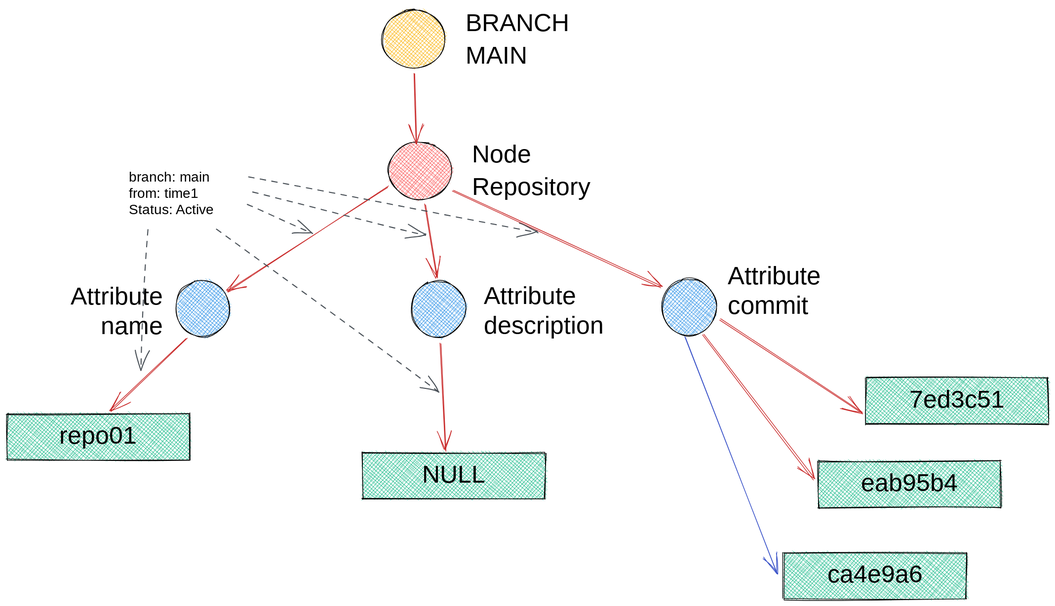
Above: docs/media/temporal_graph.excalidraw.svg in opsmill/infrahub (Excalidraw), before the change. Source tidied: one line per element, renumbered; positions are measured from the earlier drawing's top-left corner, leaving out a move shared by most shapes.
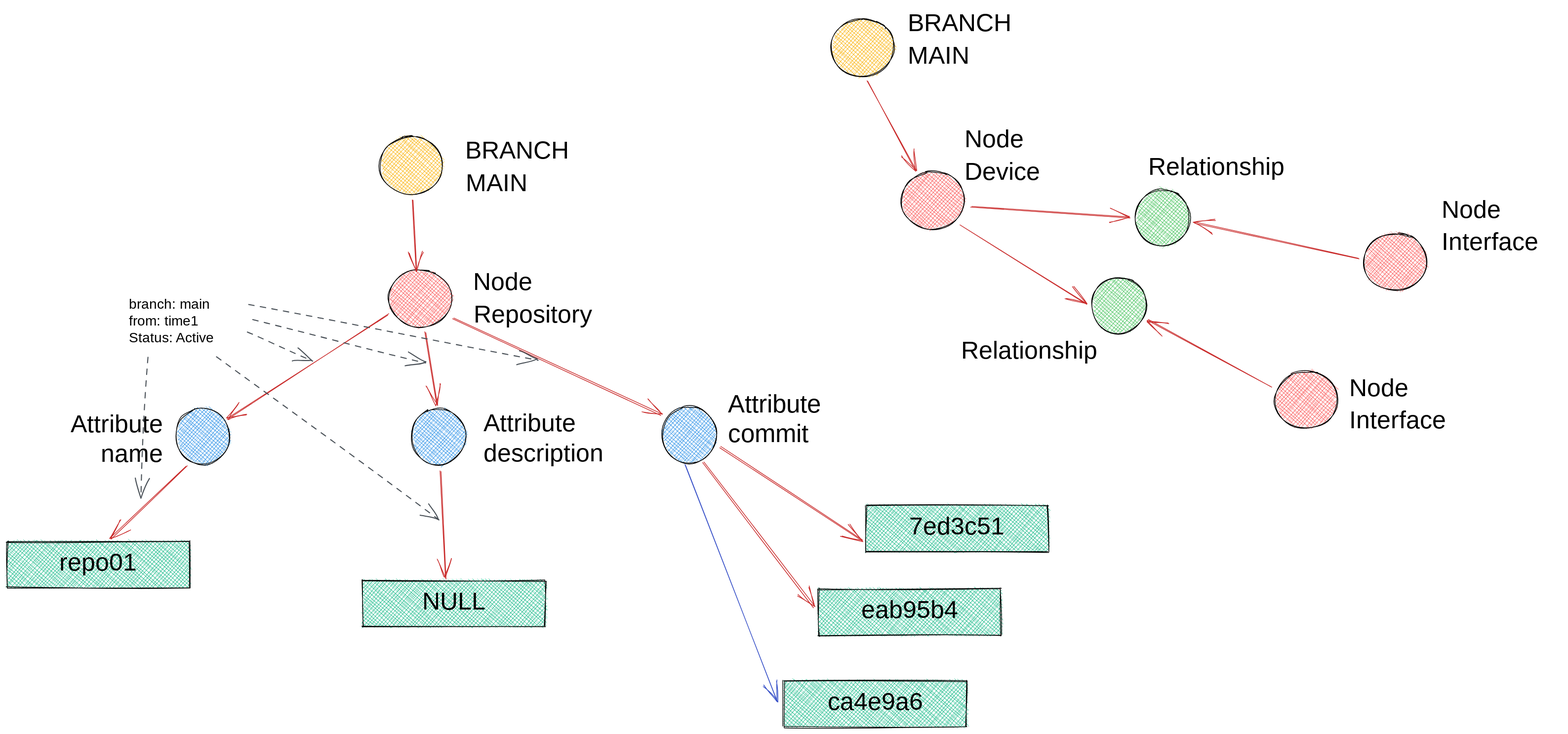
Later version of the same file.

Commit message:
Save temporal graph diagram

The edit, as a diff of the source:
```diff
@@ -1,15 +1,15 @@
-{"id": 0, "type": "ellipse", "strokeColor": "#000000", "backgroundColor": "#fa5252", "fillStyle": "cross-hatch", "strokeWidth": 1, "roughness": 1, "round": true, "x": 552, "y": 195, "width": 91, "height": 84}
+{"id": 0, "type": "ellipse", "strokeColor": "#000000", "backgroundColor": "#fa5252", "fillStyle": "cross-hatch", "strokeWidth": 1, "roughness": 1, "round": true, "x": 552, "y": 196, "width": 91, "height": 84}
 {"id": 1, "type": "ellipse", "strokeColor": "#000000", "backgroundColor": "#228be6", "fillStyle": "cross-hatch", "strokeWidth": 1, "roughness": 1, "round": true, "x": 244, "y": 396, "width": 79, "height": 82}
-{"id": 2, "type": "text", "text": "Node", "strokeColor": "#000000", "backgroundColor": "#228be6", "fillStyle": "cross-hatch", "strokeWidth": 1, "roughness": 1, "fontSize": 36, "fontFamily": 3, "x": 673, "y": 190, "width": 86, "height": 43}
+{"id": 2, "type": "text", "text": "Node", "strokeColor": "#000000", "backgroundColor": "#228be6", "fillStyle": "cross-hatch", "strokeWidth": 1, "roughness": 1, "fontSize": 36, "fontFamily": 3, "x": 675, "y": 190, "width": 86, "height": 43}
 {"id": 3, "type": "text", "text": "Attribute\nname", "strokeColor": "#000000", "backgroundColor": "#228be6", "fillStyle": "cross-hatch", "strokeWidth": 1, "roughness": 1, "fontSize": 36, "fontFamily": 3, "textAlign": "right", "x": 35, "y": 395, "width": 191, "height": 86}
-{"id": 4, "type": "text", "text": "Repository", "strokeColor": "#000000", "backgroundColor": "#228be6", "fillStyle": "cross-hatch", "strokeWidth": 1, "roughness": 1, "fontSize": 36, "fontFamily": 1, "x": 673, "y": 240, "width": 184, "height": 45}
+{"id": 4, "type": "text", "text": "Repository", "strokeColor": "#000000", "backgroundColor": "#228be6", "fillStyle": "cross-hatch", "strokeWidth": 1, "roughness": 1, "fontSize": 36, "fontFamily": 1, "x": 675, "y": 240, "width": 184, "height": 45}
 {"id": 5, "type": "ellipse", "strokeColor": "#000000", "backgroundColor": "#228be6", "fillStyle": "cross-hatch", "strokeWidth": 1, "roughness": 1, "round": true, "x": 585, "y": 396, "width": 79, "height": 82}
 {"id": 6, "type": "text", "text": "Attribute\ndescription", "strokeColor": "#000000", "backgroundColor": "#228be6", "fillStyle": "cross-hatch", "strokeWidth": 1, "roughness": 1, "fontSize": 36, "fontFamily": 3, "x": 690, "y": 395, "width": 234, "height": 86}
 {"id": 7, "type": "ellipse", "strokeColor": "#000000", "backgroundColor": "#228be6", "fillStyle": "cross-hatch", "strokeWidth": 1, "roughness": 1, "round": true, "x": 948, "y": 394, "width": 79, "height": 82}
-{"id": 8, "type": "text", "text": "Attribute\ncommit", "strokeColor": "#000000", "backgroundColor": "#228be6", "fillStyle": "cross-hatch", "strokeWidth": 1, "roughness": 1, "fontSize": 36.1, "fontFamily": 3, "x": 1043, "y": 367, "width": 192, "height": 86}
+{"id": 8, "type": "text", "text": "Attribute\ncommit", "strokeColor": "#000000", "backgroundColor": "#228be6", "fillStyle": "cross-hatch", "strokeWidth": 1, "roughness": 1, "fontSize": 36.1, "fontFamily": 3, "x": 1043, "y": 367, "width": 191, "height": 86}
 {"id": 9, "type": "arrow", "strokeColor": "#c92a2a", "backgroundColor": "#228be6", "fillStyle": "cross-hatch", "strokeWidth": 1, "roughness": 1, "endArrowhead": "arrow", "round": true, "from": 0, "to": 1, "x": 552, "y": 260, "width": 234, "height": 151, "points": [[0, 0], [-234, 151]]}
-{"id": 10, "type": "arrow", "strokeColor": "#c92a2a", "backgroundColor": "#228be6", "fillStyle": "cross-hatch", "strokeWidth": 1, "roughness": 1, "endArrowhead": "arrow", "round": true, "from": 0, "to": 5, "x": 606, "y": 287, "width": 18, "height": 105, "points": [[0, 0], [18, 105]]}
+{"id": 10, "type": "arrow", "strokeColor": "#c92a2a", "backgroundColor": "#228be6", "fillStyle": "cross-hatch", "strokeWidth": 1, "roughness": 1, "endArrowhead": "arrow", "round": true, "from": 0, "to": 5, "x": 606, "y": 287, "width": 18, "height": 104, "points": [[0, 0], [18, 104]]}
-{"id": 11, "type": "arrow", "strokeColor": "#c92a2a", "backgroundColor": "#228be6", "fillStyle": "cross-hatch", "strokeWidth": 1, "roughness": 1, "endArrowhead": "arrow", "round": true, "from": 0, "to": 7, "x": 646, "y": 266, "width": 301, "height": 139, "points": [[0, 0], [301, 139]]}
+{"id": 11, "type": "arrow", "strokeColor": "#c92a2a", "backgroundColor": "#228be6", "fillStyle": "cross-hatch", "strokeWidth": 1, "roughness": 1, "endArrowhead": "arrow", "round": true, "from": 0, "to": 7, "x": 646, "y": 267, "width": 301, "height": 139, "points": [[0, 0], [301, 139]]}
 {"id": 12, "type": "rectangle", "strokeColor": "#000000", "backgroundColor": "#12b886", "fillStyle": "cross-hatch", "strokeWidth": 1, "roughness": 1, "x": 0, "y": 589, "width": 264, "height": 67}
 {"id": 13, "type": "text", "text": "repo01", "strokeColor": "#000000", "backgroundColor": "#12b886", "fillStyle": "cross-hatch", "strokeWidth": 1, "roughness": 1, "fontSize": 36, "fontFamily": 1, "textAlign": "center", "verticalAlign": "middle", "inside": 12, "x": 78, "y": 600, "width": 109, "height": 45}
 {"id": 14, "type": "rectangle", "strokeColor": "#000000", "backgroundColor": "#12b886", "fillStyle": "cross-hatch", "strokeWidth": 1, "roughness": 1, "x": 515, "y": 645, "width": 264, "height": 67}
@@ -25,13 +25,34 @@
 {"id": 24, "type": "arrow", "strokeColor": "#c92a2a", "backgroundColor": "#228be6", "fillStyle": "cross-hatch", "strokeWidth": 1, "roughness": 1, "endArrowhead": "arrow", "round": true, "from": 7, "to": 16, "x": 1032, "y": 452, "width": 205, "height": 135, "points": [[0, 0], [205, 135]]}
 {"id": 25, "type": "arrow", "strokeColor": "#c92a2a", "backgroundColor": "#228be6", "fillStyle": "cross-hatch", "strokeWidth": 1, "roughness": 1, "endArrowhead": "arrow", "round": true, "from": 7, "to": 18, "x": 1007, "y": 474, "width": 160, "height": 210, "points": [[0, 0], [160, 210]]}
 {"id": 26, "type": "arrow", "strokeColor": "#364fc7", "backgroundColor": "#228be6", "fillStyle": "cross-hatch", "strokeWidth": 1, "roughness": 1, "endArrowhead": "arrow", "round": true, "from": 7, "to": 20, "x": 981, "y": 478, "width": 133, "height": 341, "points": [[0, 0], [133, 341]]}
-{"id": 27, "type": "text", "text": "branch: main\nfrom: time1\nStatus: Active", "strokeColor": "#000000", "backgroundColor": "#228be6", "fillStyle": "cross-hatch", "strokeWidth": 1, "roughness": 1, "fontSize": 20, "fontFamily": 3, "x": 176, "y": 233, "width": 166, "height": 71}
+{"id": 27, "type": "text", "text": "branch: main\nfrom: time1\nStatus: Active", "strokeColor": "#000000", "backgroundColor": "#228be6", "fillStyle": "cross-hatch", "strokeWidth": 1, "roughness": 1, "fontSize": 20, "fontFamily": 3, "x": 176, "y": 233, "width": 166, "height": 73}
 {"id": 28, "type": "arrow", "strokeColor": "#495057", "backgroundColor": "#12b886", "fillStyle": "cross-hatch", "strokeWidth": 1, "strokeStyle": "dashed", "roughness": 1, "endArrowhead": "arrow", "from": 27, "x": 347, "y": 284, "width": 97, "height": 45, "points": [[0, 0], [97, 45]]}
 {"id": 29, "type": "arrow", "strokeColor": "#495057", "backgroundColor": "#12b886", "fillStyle": "cross-hatch", "strokeWidth": 1, "strokeStyle": "dashed", "roughness": 1, "endArrowhead": "arrow", "from": 27, "x": 355, "y": 267, "width": 250, "height": 65, "points": [[0, 0], [250, 65]]}
 {"id": 30, "type": "arrow", "strokeColor": "#495057", "backgroundColor": "#12b886", "fillStyle": "cross-hatch", "strokeWidth": 1, "strokeStyle": "dashed", "roughness": 1, "endArrowhead": "arrow", "from": 27, "x": 350, "y": 245, "width": 419, "height": 83, "points": [[0, 0], [419, 83]]}
-{"id": 31, "type": "ellipse", "strokeColor": "#000000", "backgroundColor": "#fab005", "fillStyle": "cross-hatch", "strokeWidth": 1, "roughness": 1, "round": true, "x": 543, "y": 4, "width": 91, "height": 84}
+{"id": 31, "type": "ellipse", "strokeColor": "#000000", "backgroundColor": "#fab005", "fillStyle": "cross-hatch", "strokeWidth": 1, "roughness": 1, "round": true, "x": 539, "y": 3, "width": 91, "height": 84}
 {"id": 32, "type": "text", "text": "BRANCH", "strokeColor": "#000000", "backgroundColor": "#228be6", "fillStyle": "cross-hatch", "strokeWidth": 1, "roughness": 1, "fontSize": 36, "fontFamily": 3, "x": 663, "y": 0, "width": 129, "height": 43}
 {"id": 33, "type": "text", "text": "MAIN", "strokeColor": "#000000", "backgroundColor": "#228be6", "fillStyle": "cross-hatch", "strokeWidth": 1, "roughness": 1, "fontSize": 36, "fontFamily": 1, "x": 663, "y": 50, "width": 96, "height": 45}
 {"id": 34, "type": "arrow", "strokeColor": "#495057", "backgroundColor": "#12b886", "fillStyle": "cross-hatch", "strokeWidth": 1, "strokeStyle": "dashed", "roughness": 1, "endArrowhead": "arrow", "from": 27, "x": 203, "y": 321, "width": 9, "height": 201, "points": [[0, 0], [-9, 201]]}
 {"id": 35, "type": "arrow", "strokeColor": "#495057", "backgroundColor": "#12b886", "fillStyle": "cross-hatch", "strokeWidth": 1, "strokeStyle": "dashed", "roughness": 1, "endArrowhead": "arrow", "from": 27, "x": 303, "y": 321, "width": 324, "height": 238, "points": [[0, 0], [324, 238]]}
-{"id": 36, "type": "arrow", "strokeColor": "#c92a2a", "backgroundColor": "#228be6", "fillStyle": "cross-hatch", "strokeWidth": 1, "roughness": 1, "endArrowhead": "arrow", "round": true, "from": 31, "x": 589, "y": 96, "width": 3, "height": 101, "points": [[0, 0], [3, 101]]}
+{"id": 36, "type": "arrow", "strokeColor": "#c92a2a", "backgroundColor": "#228be6", "fillStyle": "cross-hatch", "strokeWidth": 1, "roughness": 1, "endArrowhead": "arrow", "round": true, "from": 31, "x": 587, "y": 94, "width": 6, "height": 103, "points": [[0, 0], [6, 103]]}
+{"id": 37, "type": "ellipse", "strokeColor": "#000000", "backgroundColor": "#fa5252", "fillStyle": "cross-hatch", "strokeWidth": 1, "roughness": 1, "round": true, "x": 1294, "y": 54, "width": 91, "height": 84}
+{"id": 38, "type": "ellipse", "strokeColor": "#000000", "backgroundColor": "#fab005", "fillStyle": "cross-hatch", "strokeWidth": 1, "roughness": 1, "round": true, "x": 1193, "y": -167, "width": 91, "height": 84}
+{"id": 39, "type": "arrow", "strokeColor": "#c92a2a", "backgroundColor": "#228be6", "fillStyle": "cross-hatch", "strokeWidth": 1, "roughness": 1, "endArrowhead": "arrow", "round": true, "from": 38, "to": 37, "x": 1244, "y": -78, "width": 70, "height": 130, "points": [[0, 0], [70, 130]]}
+{"id": 40, "type": "arrow", "strokeColor": "#c92a2a", "backgroundColor": "#228be6", "fillStyle": "cross-hatch", "strokeWidth": 1, "roughness": 1, "endArrowhead": "arrow", "round": true, "from": 37, "to": 41, "x": 1379, "y": 131, "width": 184, "height": 114, "points": [[0, 0], [184, 114]]}
+{"id": 41, "type": "ellipse", "strokeColor": "#000000", "backgroundColor": "#40c057", "fillStyle": "cross-hatch", "strokeWidth": 1, "roughness": 1, "round": true, "x": 1569, "y": 206, "width": 79, "height": 82}
+{"id": 42, "type": "ellipse", "strokeColor": "#000000", "backgroundColor": "#fa5252", "fillStyle": "cross-hatch", "strokeWidth": 1, "roughness": 1, "round": true, "x": 1834, "y": 342, "width": 91, "height": 84}
+{"id": 43, "type": "arrow", "strokeColor": "#c92a2a", "backgroundColor": "#228be6", "fillStyle": "cross-hatch", "strokeWidth": 1, "roughness": 1, "endArrowhead": "arrow", "round": true, "from": 42, "to": 41, "x": 1829, "y": 365, "width": 179, "height": 97, "points": [[0, 0], [-179, -97]]}
+{"id": 44, "type": "arrow", "strokeColor": "#c92a2a", "backgroundColor": "#228be6", "fillStyle": "cross-hatch", "strokeWidth": 1, "roughness": 1, "endArrowhead": "arrow", "round": true, "from": 37, "to": 45, "x": 1395, "y": 105, "width": 230, "height": 14, "points": [[0, 0], [230, 14]]}
+{"id": 45, "type": "ellipse", "strokeColor": "#000000", "backgroundColor": "#40c057", "fillStyle": "cross-hatch", "strokeWidth": 1, "roughness": 1, "round": true, "x": 1632, "y": 79, "width": 79, "height": 82}
+{"id": 46, "type": "ellipse", "strokeColor": "#000000", "backgroundColor": "#fa5252", "fillStyle": "cross-hatch", "strokeWidth": 1, "roughness": 1, "round": true, "x": 1963, "y": 143, "width": 91, "height": 84}
+{"id": 47, "type": "arrow", "strokeColor": "#c92a2a", "backgroundColor": "#228be6", "fillStyle": "cross-hatch", "strokeWidth": 1, "roughness": 1, "endArrowhead": "arrow", "round": true, "from": 46, "to": 45, "x": 1955, "y": 180, "width": 238, "height": 52, "points": [[0, 0], [-238, -52]]}
+{"id": 48, "type": "text", "text": "Node", "strokeColor": "#000000", "backgroundColor": "#228be6", "fillStyle": "cross-hatch", "strokeWidth": 1, "roughness": 1, "fontSize": 36, "fontFamily": 3, "x": 1385, "y": -16, "width": 86, "height": 43}
+{"id": 49, "type": "text", "text": "Device", "strokeColor": "#000000", "backgroundColor": "#228be6", "fillStyle": "cross-hatch", "strokeWidth": 1, "roughness": 1, "fontSize": 36, "fontFamily": 1, "x": 1385, "y": 33, "width": 114, "height": 45}
+{"id": 50, "type": "text", "text": "Node", "strokeColor": "#000000", "backgroundColor": "#228be6", "fillStyle": "cross-hatch", "strokeWidth": 1, "roughness": 1, "fontSize": 36, "fontFamily": 3, "x": 1941, "y": 343, "width": 86, "height": 43}
+{"id": 51, "type": "text", "text": "Interface", "strokeColor": "#000000", "backgroundColor": "#228be6", "fillStyle": "cross-hatch", "strokeWidth": 1, "roughness": 1, "fontSize": 36, "fontFamily": 1, "x": 1942, "y": 393, "width": 173, "height": 45}
+{"id": 52, "type": "text", "text": "Node", "strokeColor": "#000000", "backgroundColor": "#228be6", "fillStyle": "cross-hatch", "strokeWidth": 1, "roughness": 1, "fontSize": 36, "fontFamily": 3, "x": 2075, "y": 86, "width": 86, "height": 43}
+{"id": 53, "type": "text", "text": "Interface", "strokeColor": "#000000", "backgroundColor": "#228be6", "fillStyle": "cross-hatch", "strokeWidth": 1, "roughness": 1, "fontSize": 36, "fontFamily": 1, "x": 2075, "y": 135, "width": 173, "height": 45}
+{"id": 54, "type": "text", "text": "Relationship", "strokeColor": "#000000", "backgroundColor": "#228be6", "fillStyle": "cross-hatch", "strokeWidth": 1, "roughness": 1, "fontSize": 36, "fontFamily": 3, "x": 1651, "y": 24, "width": 255, "height": 43}
+{"id": 55, "type": "text", "text": "Relationship", "strokeColor": "#000000", "backgroundColor": "#228be6", "fillStyle": "cross-hatch", "strokeWidth": 1, "roughness": 1, "fontSize": 36, "fontFamily": 3, "x": 1380, "y": 289, "width": 255, "height": 43}
+{"id": 56, "type": "text", "text": "BRANCH", "strokeColor": "#000000", "backgroundColor": "#228be6", "fillStyle": "cross-hatch", "strokeWidth": 1, "roughness": 1, "fontSize": 36, "fontFamily": 3, "x": 1303, "y": -184, "width": 129, "height": 43}
+{"id": 57, "type": "text", "text": "MAIN", "strokeColor": "#000000", "backgroundColor": "#228be6", "fillStyle": "cross-hatch", "strokeWidth": 1, "roughness": 1, "fontSize": 36, "fontFamily": 1, "x": 1303, "y": -134, "width": 96, "height": 45}
```
